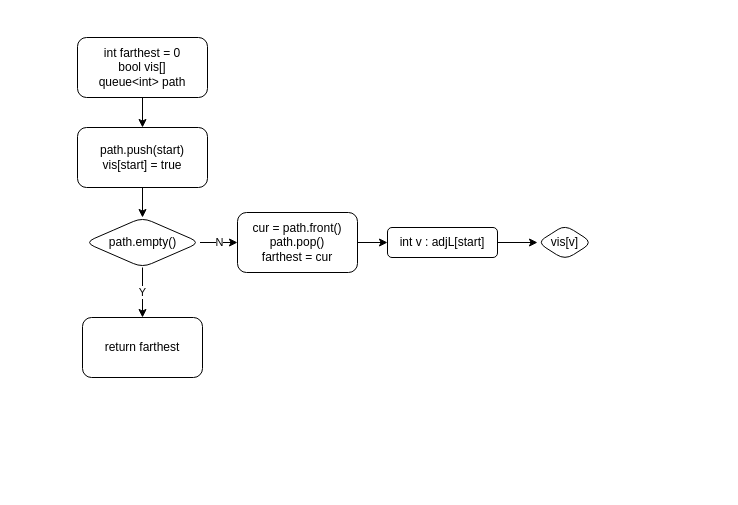
Above: page "getFarthestNode" (3 of 7) of c++/cccPractice/problems/senior/2016/design/s3.drawio in andrew-canada/gomoku (draw.io), before the change. Source tidied: cells renumbered, new cells numbered last; positions are measured from the earlier drawing's top-left corner, leaving out a move shared by most shapes. Both pictures are drawn from the tidied source at 100%, with x=0, y=0 at pixel (77, 37).
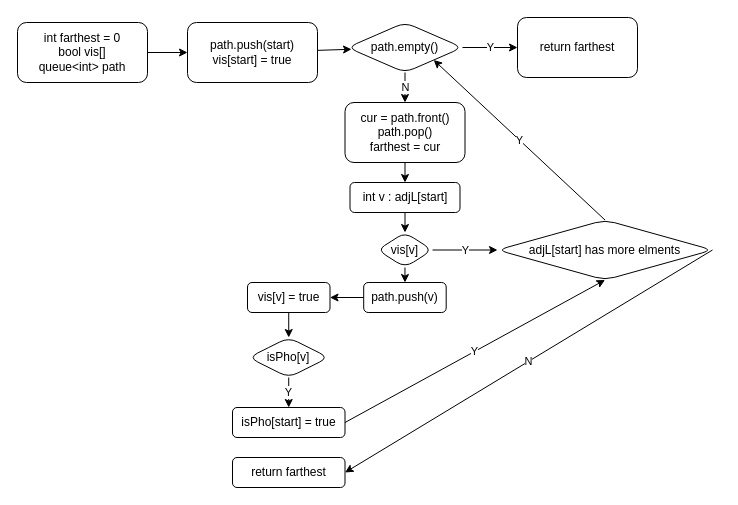
After the change.

What changed in the source:
```diff
@@
     <mxCell id="3" value="int farthest = 0&lt;br&gt;bool vis[]&lt;br&gt;queue&amp;lt;int&amp;gt; path" style="rounded=1;whiteSpace=wrap;html=1;" parent="1" vertex="1">
-      <mxGeometry width="130" height="60" as="geometry" />
+      <mxGeometry x="-60" y="-15" width="130" height="60" as="geometry" />
     </mxCell>
@@
     <mxCell id="5" value="path.push(start)&lt;br&gt;vis[start] = true" style="rounded=1;whiteSpace=wrap;html=1;" parent="1" vertex="1">
-      <mxGeometry y="90" width="130" height="60" as="geometry" />
+      <mxGeometry x="110" y="-15" width="130" height="60" as="geometry" />
     </mxCell>
@@
     <mxCell id="8" value="path.empty()" style="rhombus;whiteSpace=wrap;html=1;rounded=1;" parent="1" vertex="1">
-      <mxGeometry x="7.5" y="180" width="115" height="50" as="geometry" />
+      <mxGeometry x="270" y="-15" width="115" height="50" as="geometry" />
     </mxCell>
     <mxCell id="9" value="return farthest" style="rounded=1;whiteSpace=wrap;html=1;" parent="1" vertex="1">
-      <mxGeometry x="5" y="280" width="120" height="60" as="geometry" />
+      <mxGeometry x="440" y="-20" width="120" height="60" as="geometry" />
     </mxCell>
@@
     <mxCell id="11" value="cur = path.front()&lt;br&gt;path.pop()&lt;br&gt;farthest = cur" style="rounded=1;whiteSpace=wrap;html=1;" parent="1" vertex="1">
-      <mxGeometry x="160" y="175" width="120" height="60" as="geometry" />
+      <mxGeometry x="267.5" y="65" width="120" height="60" as="geometry" />
     </mxCell>
@@
     <mxCell id="13" value="int v : adjL[start]" style="rounded=1;whiteSpace=wrap;html=1;" parent="1" vertex="1">
-      <mxGeometry x="310" y="190" width="110" height="30" as="geometry" />
+      <mxGeometry x="272.5" y="145" width="110" height="30" as="geometry" />
     </mxCell>
+    <mxCell id="15" value="Y" style="edgeStyle=none;html=1;" parent="1" edge="1" source="14" target="19">
+      <mxGeometry relative="1" as="geometry" />
+    </mxCell>
+    <mxCell id="16" style="edgeStyle=none;html=1;" parent="1" edge="1" source="14" target="21">
+      <mxGeometry relative="1" as="geometry" />
+    </mxCell>
     <mxCell id="14" value="vis[v]" style="rhombus;whiteSpace=wrap;html=1;rounded=1;" parent="1" vertex="1">
-      <mxGeometry x="460" y="187.5" width="55" height="35" as="geometry" />
+      <mxGeometry x="300" y="195" width="55" height="35" as="geometry" />
     </mxCell>
+    <mxCell id="17" value="Y" style="edgeStyle=none;html=1;exitX=0.5;exitY=0;exitDx=0;exitDy=0;entryX=1;entryY=1;entryDx=0;entryDy=0;" parent="1" edge="1" source="19" target="8">
+      <mxGeometry relative="1" as="geometry" />
+    </mxCell>
+    <mxCell id="18" value="N" style="edgeStyle=none;html=1;exitX=1;exitY=0.5;exitDx=0;exitDy=0;entryX=1;entryY=0.5;entryDx=0;entryDy=0;" parent="1" edge="1" source="19" target="28">
+      <mxGeometry relative="1" as="geometry" />
+    </mxCell>
+    <mxCell id="19" value="adjL[start] has more elments" style="rhombus;whiteSpace=wrap;html=1;rounded=1;" parent="1" vertex="1">
+      <mxGeometry x="420" y="182.5" width="215" height="60" as="geometry" />
+    </mxCell>
+    <mxCell id="20" style="edgeStyle=none;html=1;" parent="1" edge="1" source="21" target="23">
+      <mxGeometry relative="1" as="geometry" />
+    </mxCell>
+    <mxCell id="21" value="path.push(v)" style="rounded=1;whiteSpace=wrap;html=1;" parent="1" vertex="1">
+      <mxGeometry x="286.2" y="245" width="82.5" height="30" as="geometry" />
+    </mxCell>
+    <mxCell id="22" style="edgeStyle=none;html=1;" parent="1" edge="1" source="23" target="25">
+      <mxGeometry relative="1" as="geometry" />
+    </mxCell>
+    <mxCell id="23" value="vis[v] = true" style="rounded=1;whiteSpace=wrap;html=1;" parent="1" vertex="1">
+      <mxGeometry x="170" y="245" width="82.5" height="30" as="geometry" />
+    </mxCell>
+    <mxCell id="24" value="Y" style="edgeStyle=none;html=1;" parent="1" edge="1" source="25" target="27">
+      <mxGeometry relative="1" as="geometry" />
+    </mxCell>
+    <mxCell id="25" value="isPho[v]" style="rhombus;whiteSpace=wrap;html=1;rounded=1;" parent="1" vertex="1">
+      <mxGeometry x="171.2" y="300" width="80" height="40" as="geometry" />
+    </mxCell>
+    <mxCell id="26" value="Y" style="edgeStyle=none;html=1;exitX=1;exitY=0.5;exitDx=0;exitDy=0;entryX=0.5;entryY=1;entryDx=0;entryDy=0;" parent="1" edge="1" source="27" target="19">
+      <mxGeometry relative="1" as="geometry" />
+    </mxCell>
+    <mxCell id="27" value="isPho[start] = true" style="rounded=1;whiteSpace=wrap;html=1;" parent="1" vertex="1">
+      <mxGeometry x="155" y="370" width="112.5" height="30" as="geometry" />
+    </mxCell>
+    <mxCell id="28" value="return farthest" style="rounded=1;whiteSpace=wrap;html=1;" parent="1" vertex="1">
+      <mxGeometry x="155" y="420" width="112.5" height="30" as="geometry" />
+    </mxCell>
```
